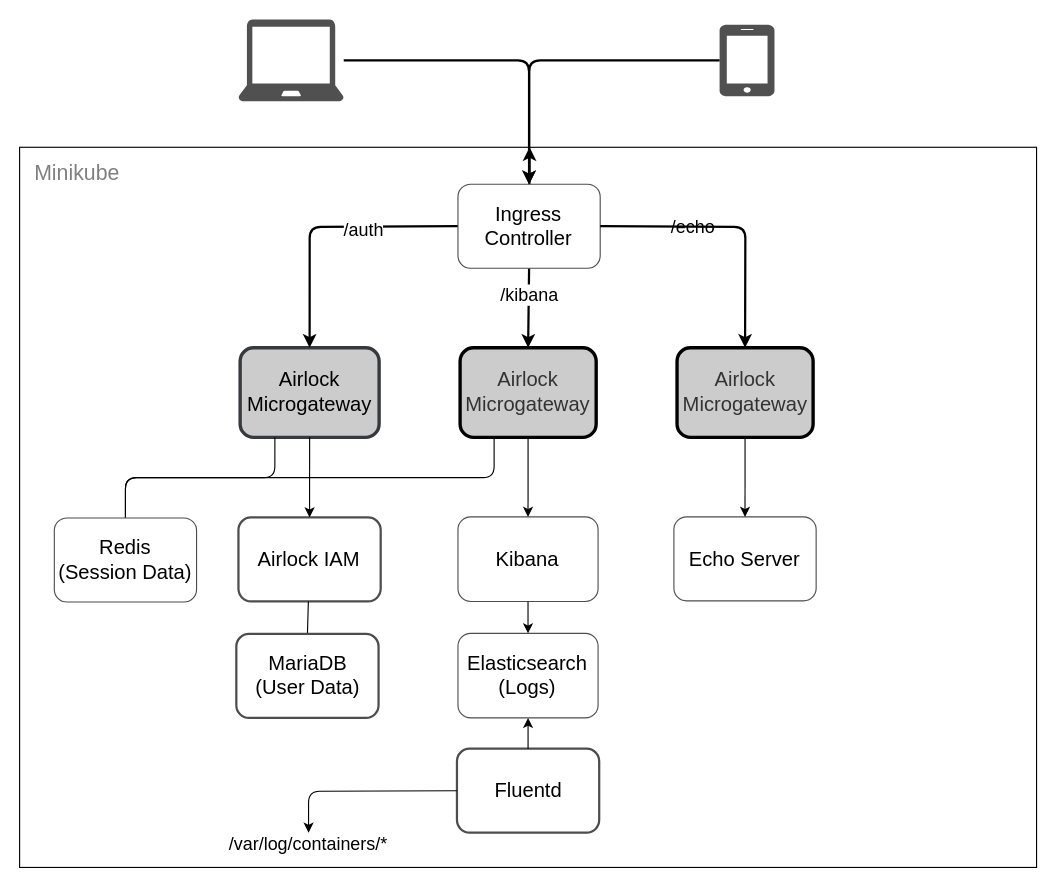
Above: .github/images/overview.drawio in ergon/airlock-minikube-example (draw.io), before the change. Source tidied: cells renumbered, new cells numbered last; positions are measured from the earlier drawing's top-left corner, leaving out a move shared by most shapes. Both pictures are drawn from the tidied source at 112%, with x=0, y=0 at pixel (19, 19).
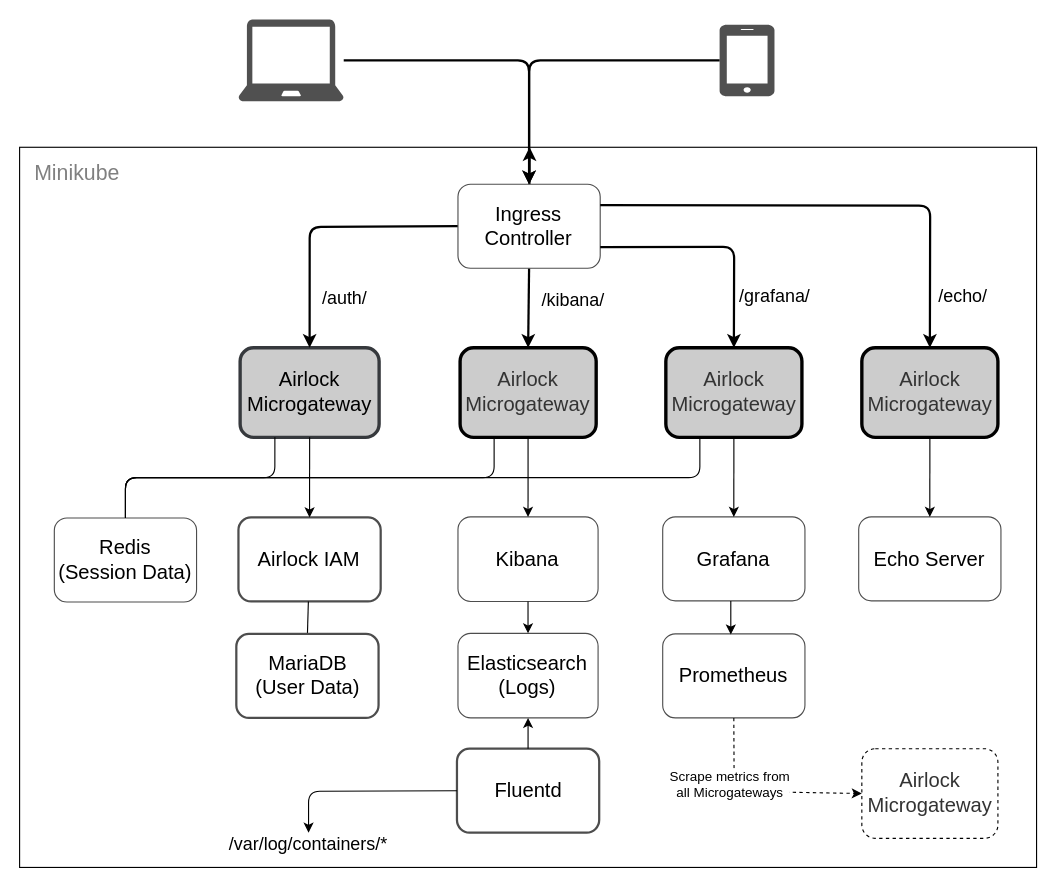
Above is the later version.

The change refers to these unchanged cells:
```xml
<mxCell id="17" style="endArrow=classic;html=1;strokeWidth=2;entryX=0.5;entryY=0;entryDx=0;entryDy=0;exitX=0;exitY=0.5;exitDx=0;exitDy=0;" parent="1" edge="1" source="35" target="9">
  <mxGeometry relative="1" as="geometry">
    <Array as="points">
      <mxPoint x="259" y="185" />
    </Array>
  </mxGeometry>
</mxCell>
<mxCell id="21" style="endArrow=classic;html=1;strokeWidth=2;exitX=0.5;exitY=1;exitDx=0;exitDy=0;entryX=0.5;entryY=0;entryDx=0;entryDy=0;" parent="1" edge="1" source="35" target="29">
  <mxGeometry relative="1" as="geometry" />
</mxCell>
<mxCell id="30" value="Redis&lt;br&gt;(Session Data)" style="rounded=1;whiteSpace=wrap;html=1;strokeColor=#4D4D4D;fillColor=#ffffff;align=center;labelBackgroundColor=none;fontSize=18;fontStyle=0;fontColor=#000000;strokeWidth=1;" parent="1" vertex="1">
  <mxGeometry x="31" y="445" width="127" height="75" as="geometry" />
</mxCell>
<mxCell id="35" value="Ingress Controller" style="rounded=1;whiteSpace=wrap;html=1;strokeColor=#4D4D4D;fillColor=#ffffff;align=center;labelBackgroundColor=none;fontSize=18;fontStyle=0;fontColor=#000000;strokeWidth=1;" parent="1" vertex="1">
  <mxGeometry x="391.4" y="147" width="127" height="75" as="geometry" />
</mxCell>
```

Change to the diagram source:
```diff
@@
     <mxCell id="6" value="&lt;font style=&quot;font-size: 18px;&quot;&gt;Airlock Microgateway&lt;/font&gt;" style="rounded=1;whiteSpace=wrap;html=1;align=center;fontColor=#333333;fontSize=18;fontStyle=0;labelBackgroundColor=none;strokeWidth=3;shadow=0;fillColor=#CCCCCC;" parent="1" vertex="1">
-      <mxGeometry x="587" y="293" width="121.5" height="80" as="geometry" />
+      <mxGeometry x="577" y="293" width="121.5" height="80" as="geometry" />
     </mxCell>
@@
-    <mxCell id="11" value="&lt;font style=&quot;font-size: 18px;&quot;&gt;Echo Server&lt;/font&gt;" style="rounded=1;whiteSpace=wrap;html=1;strokeColor=#4D4D4D;fillColor=#ffffff;align=center;labelBackgroundColor=none;fontSize=18;fontStyle=0;fontColor=#000000;strokeWidth=1;" parent="1" vertex="1">
-      <mxGeometry x="584.2" y="444" width="127" height="75" as="geometry" />
+    <mxCell id="11" value="&lt;font style=&quot;font-size: 18px&quot;&gt;Grafana&lt;/font&gt;" style="rounded=1;whiteSpace=wrap;html=1;strokeColor=#4D4D4D;fillColor=#ffffff;align=center;labelBackgroundColor=none;fontSize=18;fontStyle=0;fontColor=#000000;strokeWidth=1;" parent="1" vertex="1">
+      <mxGeometry x="574.2" y="444" width="127" height="75" as="geometry" />
     </mxCell>
@@
-    <mxCell id="18" value="/auth" style="edgeLabel;html=1;align=center;verticalAlign=middle;fontSize=16;" parent="17" vertex="1">
-      <mxGeometry x="-0.29" y="3" relative="1" as="geometry" />
+    <mxCell id="18" value="/auth/" style="edgeLabel;html=1;align=center;verticalAlign=middle;fontSize=16;" parent="17" vertex="1">
+      <mxGeometry x="-0.29" y="3" relative="1" as="geometry">
+        <mxPoint x="-17" y="60" as="offset" />
+      </mxGeometry>
     </mxCell>
@@
-    <mxCell id="22" value="/kibana" style="edgeLabel;html=1;align=center;verticalAlign=middle;fontSize=16;" parent="21" vertex="1">
-      <mxGeometry x="-0.31" relative="1" as="geometry" />
+    <mxCell id="22" value="/kibana/" style="edgeLabel;html=1;align=center;verticalAlign=middle;fontSize=16;" parent="21" vertex="1">
+      <mxGeometry x="-0.31" relative="1" as="geometry">
+        <mxPoint x="39" y="4" as="offset" />
+      </mxGeometry>
     </mxCell>
@@
-    <mxCell id="36" style="endArrow=classic;html=1;strokeWidth=2;exitX=1;exitY=0.5;exitDx=0;exitDy=0;entryX=0.5;entryY=0;entryDx=0;entryDy=0;" parent="1" edge="1" source="35" target="6">
+    <mxCell id="36" style="endArrow=classic;html=1;strokeWidth=2;exitX=1;exitY=0.75;exitDx=0;exitDy=0;entryX=0.5;entryY=0;entryDx=0;entryDy=0;" parent="1" edge="1" source="35" target="6">
       <mxGeometry relative="1" as="geometry">
         <Array as="points">
-          <mxPoint x="648" y="185" />
+          <mxPoint x="638" y="203" />
         </Array>
       </mxGeometry>
     </mxCell>
-    <mxCell id="37" value="/echo" style="edgeLabel;html=1;align=center;verticalAlign=middle;fontSize=16;labelBackgroundColor=none;" parent="36" vertex="1">
-      <mxGeometry x="-0.31" relative="1" as="geometry" />
+    <mxCell id="37" value="/grafana/" style="edgeLabel;html=1;align=center;verticalAlign=middle;fontSize=16;labelBackgroundColor=none;" parent="36" vertex="1">
+      <mxGeometry x="-0.31" relative="1" as="geometry">
+        <mxPoint x="83.5" y="43.5" as="offset" />
+      </mxGeometry>
     </mxCell>
+    <mxCell id="38" value="&lt;font style=&quot;font-size: 18px;&quot;&gt;Airlock Microgateway&lt;/font&gt;" style="rounded=1;whiteSpace=wrap;html=1;align=center;fontColor=#333333;fontSize=18;fontStyle=0;labelBackgroundColor=none;strokeWidth=3;shadow=0;fillColor=#CCCCCC;" parent="1" vertex="1">
+      <mxGeometry x="752" y="293" width="121.5" height="80" as="geometry" />
+    </mxCell>
+    <mxCell id="39" value="&lt;font style=&quot;font-size: 18px;&quot;&gt;Echo Server&lt;/font&gt;" style="rounded=1;whiteSpace=wrap;html=1;strokeColor=#4D4D4D;fillColor=#ffffff;align=center;labelBackgroundColor=none;fontSize=18;fontStyle=0;fontColor=#000000;strokeWidth=1;" parent="1" vertex="1">
+      <mxGeometry x="749.2" y="444" width="127" height="75" as="geometry" />
+    </mxCell>
+    <mxCell id="40" style="endArrow=classic;html=1;exitX=0.5;exitY=1;exitDx=0;exitDy=0;entryX=0.5;entryY=0;entryDx=0;entryDy=0;" parent="1" edge="1" source="38" target="39">
+      <mxGeometry relative="1" as="geometry" />
+    </mxCell>
+    <mxCell id="41" style="endArrow=classic;html=1;strokeWidth=2;exitX=1;exitY=0.25;exitDx=0;exitDy=0;entryX=0.5;entryY=0;entryDx=0;entryDy=0;" parent="1" edge="1" source="35" target="38">
+      <mxGeometry relative="1" as="geometry">
+        <Array as="points">
+          <mxPoint x="813" y="166" />
+        </Array>
+      </mxGeometry>
+    </mxCell>
+    <mxCell id="42" value="/echo/" style="edgeLabel;html=1;align=center;verticalAlign=middle;fontSize=16;labelBackgroundColor=none;" parent="41" vertex="1">
+      <mxGeometry x="-0.31" relative="1" as="geometry">
+        <mxPoint x="178.5" y="81" as="offset" />
+      </mxGeometry>
+    </mxCell>
+    <mxCell id="43" value="&lt;font style=&quot;font-size: 18px&quot;&gt;Prometheus&lt;/font&gt;" style="rounded=1;whiteSpace=wrap;html=1;strokeColor=#4D4D4D;fillColor=#ffffff;align=center;labelBackgroundColor=none;fontSize=18;fontStyle=0;fontColor=#000000;strokeWidth=1;" parent="1" vertex="1">
+      <mxGeometry x="574.2" y="548.5" width="127" height="75" as="geometry" />
+    </mxCell>
+    <mxCell id="44" style="endArrow=classic;html=1;" parent="1" edge="1">
+      <mxGeometry relative="1" as="geometry">
+        <mxPoint x="635" y="519" as="sourcePoint" />
+        <mxPoint x="635" y="549" as="targetPoint" />
+      </mxGeometry>
+    </mxCell>
+    <mxCell id="45" style="endArrow=none;startArrow=none;html=1;edgeStyle=orthogonalEdgeStyle;startFill=0;endFill=0;entryX=0.25;entryY=1;entryDx=0;entryDy=0;exitX=0.5;exitY=0;exitDx=0;exitDy=0;" parent="1" edge="1" source="30" target="6">
+      <mxGeometry relative="1" as="geometry">
+        <Array as="points">
+          <mxPoint x="95" y="409" />
+          <mxPoint x="607" y="409" />
+        </Array>
+      </mxGeometry>
+    </mxCell>
+    <mxCell id="46" value="&lt;font style=&quot;font-size: 18px;&quot;&gt;Airlock Microgateway&lt;/font&gt;" style="rounded=1;whiteSpace=wrap;html=1;align=center;fontColor=#333333;fontSize=18;fontStyle=0;labelBackgroundColor=none;strokeWidth=1;shadow=0;fillColor=none;dashed=1;glass=0;comic=0;" parent="1" vertex="1">
+      <mxGeometry x="752" y="651" width="121.5" height="80" as="geometry" />
+    </mxCell>
+    <mxCell id="47" style="endArrow=classic;html=1;entryX=0;entryY=0.5;entryDx=0;entryDy=0;exitX=0.5;exitY=1;exitDx=0;exitDy=0;dashed=1;" parent="1" edge="1" source="43" target="46">
+      <mxGeometry relative="1" as="geometry">
+        <Array as="points">
+          <mxPoint x="638" y="689" />
+        </Array>
+      </mxGeometry>
+    </mxCell>
+    <mxCell id="48" value="Scrape metrics from &lt;br&gt;all Microgateways" style="text;html=1;align=center;verticalAlign=middle;labelBackgroundColor=#ffffff;" parent="47" vertex="1">
+      <mxGeometry x="-0.27" y="28" relative="1" as="geometry">
+        <mxPoint x="-5" y="21" as="offset" />
+      </mxGeometry>
+    </mxCell>
```
